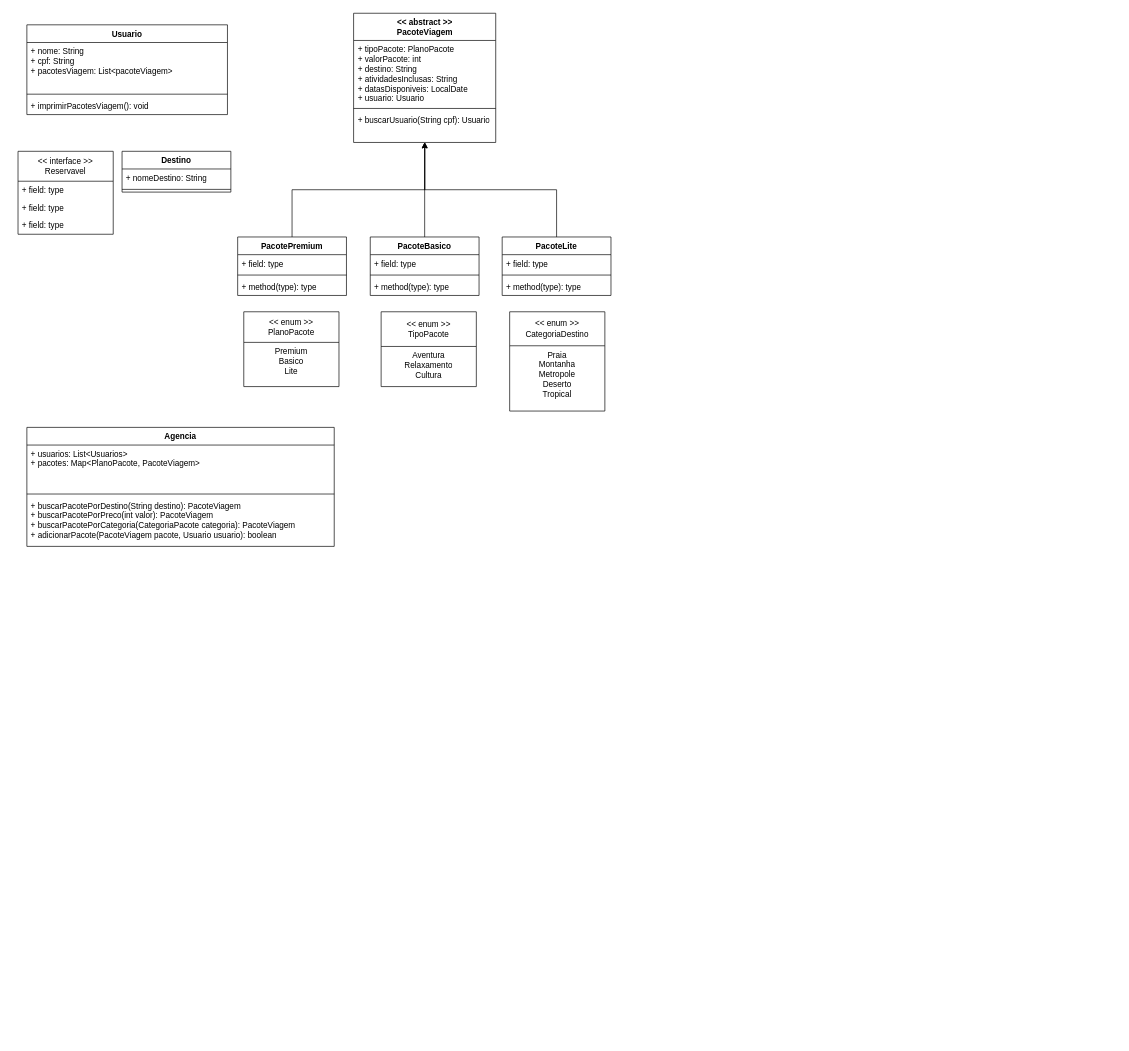
The draw.io diagram files/Turismo.drawio in Corumba03/Projeto-Final, before the edit. Source tidied: cells renumbered, new cells numbered last; positions are measured from the earlier drawing's top-left corner, leaving out a move shared by most shapes. Both pictures are drawn from the tidied source at 68%, with x=0, y=0 at pixel (18, 13).
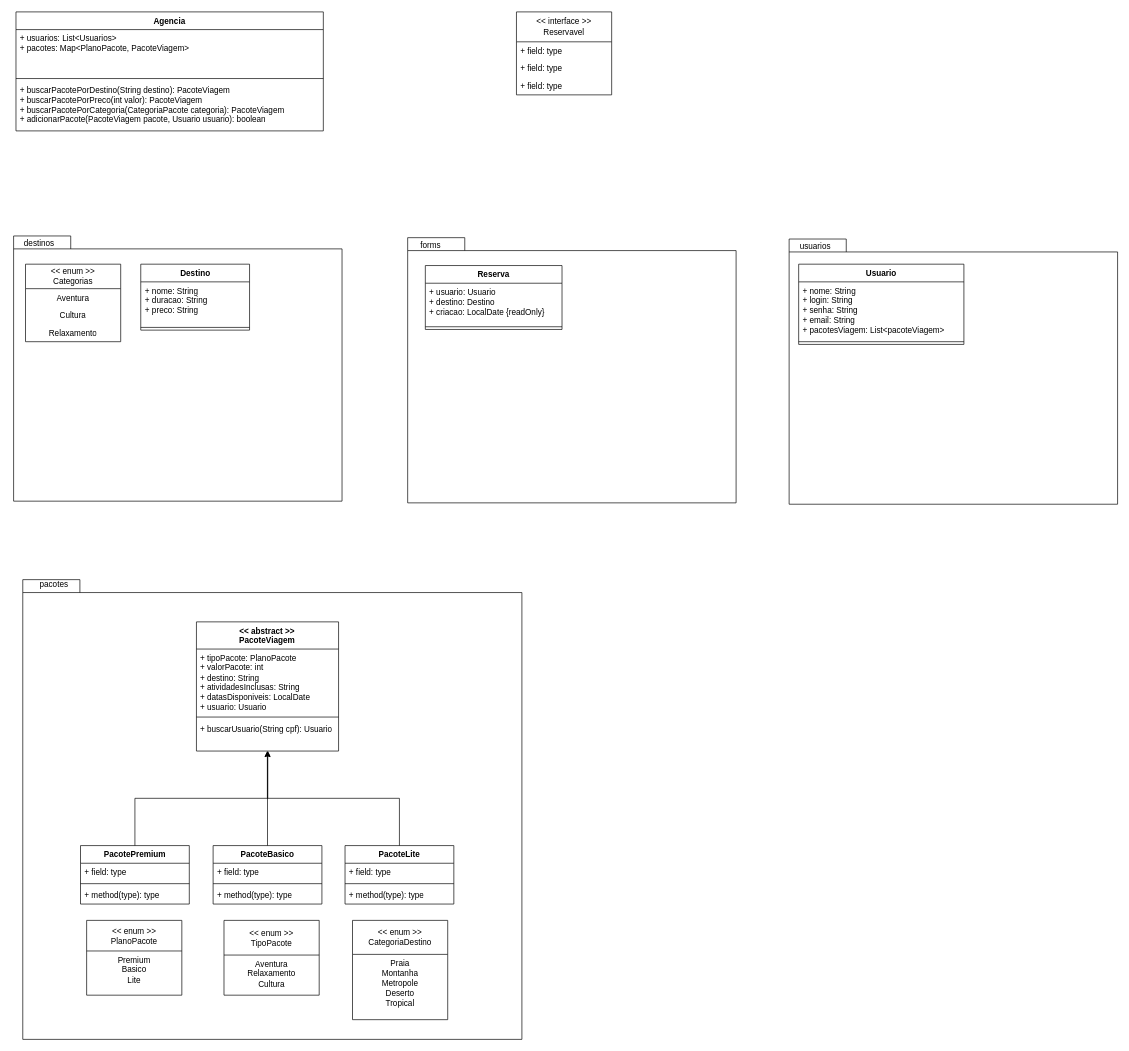
After the change.

Commit message:
uml atualizado

What changed in the source:
```diff
@@
+    <mxCell id="29" value="&lt;div&gt;&amp;lt;&amp;lt; interface &amp;gt;&amp;gt;&lt;/div&gt;&lt;div&gt;Reservavel&lt;br&gt;&lt;/div&gt;" style="swimlane;fontStyle=0;horizontal=1;startSize=44;fillColor=none;whiteSpace=wrap;html=1;" parent="1" vertex="1">
+      <mxGeometry x="733" y="-2" width="140" height="122" as="geometry" />
+    </mxCell>
+    <mxCell id="30" value="+ field: type" style="text;strokeColor=none;fillColor=none;align=left;verticalAlign=top;spacingLeft=4;spacingRight=4;overflow=hidden;whiteSpace=wrap;html=1;" parent="29" vertex="1">
+      <mxGeometry y="44" width="140" height="26" as="geometry" />
+    </mxCell>
+    <mxCell id="31" value="+ field: type" style="text;strokeColor=none;fillColor=none;align=left;verticalAlign=top;spacingLeft=4;spacingRight=4;overflow=hidden;whiteSpace=wrap;html=1;" parent="29" vertex="1">
+      <mxGeometry y="70" width="140" height="26" as="geometry" />
+    </mxCell>
+    <mxCell id="32" value="+ field: type" style="text;strokeColor=none;fillColor=none;align=left;verticalAlign=top;spacingLeft=4;spacingRight=4;overflow=hidden;whiteSpace=wrap;html=1;" parent="29" vertex="1">
+      <mxGeometry y="96" width="140" height="26" as="geometry" />
+    </mxCell>
+    <mxCell id="37" value="Agencia" style="swimlane;fontStyle=1;align=center;verticalAlign=top;horizontal=1;startSize=26;whiteSpace=wrap;html=1;" parent="1" vertex="1">
+      <mxGeometry x="-3" y="-2" width="452" height="175" as="geometry" />
+    </mxCell>
+    <mxCell id="38" value="&lt;div&gt;+ usuarios: List&amp;lt;Usuarios&amp;gt;&lt;/div&gt;&lt;div&gt;+ pacotes: Map&amp;lt;PlanoPacote, PacoteViagem&amp;gt;&lt;br&gt;&lt;/div&gt;&lt;div&gt;&lt;br&gt;&lt;/div&gt;" style="text;strokeColor=none;fillColor=none;align=left;verticalAlign=top;spacingLeft=4;spacingRight=4;overflow=hidden;whiteSpace=wrap;html=1;" parent="37" vertex="1">
+      <mxGeometry y="26" width="452" height="68" as="geometry" />
+    </mxCell>
+    <mxCell id="39" style="line;strokeWidth=1;fillColor=none;align=left;verticalAlign=middle;spacingTop=-1;spacingLeft=3;spacingRight=3;labelPosition=right;strokeColor=inherit;" parent="37" vertex="1">
+      <mxGeometry y="94" width="452" height="8" as="geometry" />
+    </mxCell>
+    <mxCell id="40" value="&lt;div&gt;+ buscarPacotePorDestino(String destino): PacoteViagem&lt;/div&gt;&lt;div&gt;+ buscarPacotePorPreco(int valor): PacoteViagem&lt;/div&gt;&lt;div&gt;+ buscarPacotePorCategoria(CategoriaPacote categoria): PacoteViagem&lt;/div&gt;&lt;div&gt;+ adicionarPacote(PacoteViagem pacote, Usuario usuario): boolean&lt;br&gt;&lt;/div&gt;" style="text;strokeColor=none;fillColor=none;align=left;verticalAlign=top;spacingLeft=4;spacingRight=4;overflow=hidden;whiteSpace=wrap;html=1;" parent="37" vertex="1">
+      <mxGeometry y="102" width="452" height="73" as="geometry" />
+    </mxCell>
+    <mxCell id="43" style="group;" parent="1" vertex="1">
+      <mxGeometry x="-9" y="325" width="483" height="395" as="geometry" />
+    </mxCell>
+    <mxCell id="44" style="shape=folder;fontStyle=1;spacingTop=10;tabWidth=84;tabHeight=19;tabPosition=left;html=1;whiteSpace=wrap;" parent="43" vertex="1">
+      <mxGeometry x="2.5" y="2.5" width="483" height="390" as="geometry" />
+    </mxCell>
+    <mxCell id="45" value="destinos" style="text;whiteSpace=wrap;html=1;" parent="43" vertex="1">
+      <mxGeometry x="16" width="52" height="24" as="geometry" />
+    </mxCell>
+    <mxCell id="46" value="&lt;div&gt;&amp;lt;&amp;lt; enum &amp;gt;&amp;gt;&lt;/div&gt;&lt;div&gt;Categorias&lt;br&gt;&lt;/div&gt;" style="swimlane;fontStyle=0;horizontal=1;startSize=36;fillColor=none;whiteSpace=wrap;html=1;" parent="43" vertex="1">
+      <mxGeometry x="20" y="44" width="140" height="114" as="geometry" />
+    </mxCell>
+    <mxCell id="47" value="&lt;div align=&quot;center&quot;&gt;Aventura&lt;/div&gt;" style="text;strokeColor=none;fillColor=none;align=center;verticalAlign=top;spacingLeft=4;spacingRight=4;overflow=hidden;whiteSpace=wrap;html=1;" parent="46" vertex="1">
+      <mxGeometry y="36" width="140" height="26" as="geometry" />
+    </mxCell>
+    <mxCell id="48" value="&lt;div align=&quot;center&quot;&gt;Cultura&lt;/div&gt;" style="text;strokeColor=none;fillColor=none;align=center;verticalAlign=top;spacingLeft=4;spacingRight=4;overflow=hidden;whiteSpace=wrap;html=1;" parent="46" vertex="1">
+      <mxGeometry y="62" width="140" height="26" as="geometry" />
+    </mxCell>
+    <mxCell id="49" value="&lt;div align=&quot;center&quot;&gt;Relaxamento&lt;/div&gt;" style="text;strokeColor=none;fillColor=none;align=center;verticalAlign=top;spacingLeft=4;spacingRight=4;overflow=hidden;whiteSpace=wrap;html=1;" parent="46" vertex="1">
+      <mxGeometry y="88" width="140" height="26" as="geometry" />
+    </mxCell>
-    <mxCell id="2" value="Destino" style="swimlane;fontStyle=1;align=center;verticalAlign=top;horizontal=1;startSize=26;whiteSpace=wrap;html=1;" parent="1" vertex="1">
-      <mxGeometry x="153" y="203" width="160" height="60" as="geometry" />
+    <mxCell id="2" value="Destino" style="swimlane;fontStyle=1;align=center;verticalAlign=top;horizontal=1;startSize=26;whiteSpace=wrap;html=1;" parent="43" vertex="1">
+      <mxGeometry x="189.5" y="44" width="160" height="97" as="geometry" />
     </mxCell>
-    <mxCell id="3" value="&lt;div&gt;+ nomeDestino: String&lt;/div&gt;" style="text;strokeColor=none;fillColor=none;align=left;verticalAlign=top;spacingLeft=4;spacingRight=4;overflow=hidden;whiteSpace=wrap;html=1;" parent="2" vertex="1">
-      <mxGeometry y="26" width="160" height="26" as="geometry" />
-    </mxCell>
-    <mxCell id="4" style="line;strokeWidth=1;fillColor=none;align=left;verticalAlign=middle;spacingTop=-1;spacingLeft=3;spacingRight=3;labelPosition=right;strokeColor=inherit;" parent="2" vertex="1">
-      <mxGeometry y="52" width="160" height="8" as="geometry" />
-    </mxCell>
+    <mxCell id="50" value="&lt;div&gt;+ nome: String&lt;/div&gt;&lt;div&gt;+ duracao: String&lt;/div&gt;&lt;div&gt;+ preco: String&lt;br&gt;&lt;/div&gt;" style="text;strokeColor=none;fillColor=none;align=left;verticalAlign=top;spacingLeft=4;spacingRight=4;overflow=hidden;whiteSpace=wrap;html=1;" parent="2" vertex="1">
+      <mxGeometry y="26" width="160" height="63" as="geometry" />
+    </mxCell>
+    <mxCell id="51" style="line;strokeWidth=1;fillColor=none;align=left;verticalAlign=middle;spacingTop=-1;spacingLeft=3;spacingRight=3;labelPosition=right;strokeColor=inherit;" parent="2" vertex="1">
+      <mxGeometry y="89" width="160" height="8" as="geometry" />
+    </mxCell>
+    <mxCell id="52" style="group;" parent="1" vertex="1">
+      <mxGeometry x="573" y="327" width="483" height="393" as="geometry" />
+    </mxCell>
+    <mxCell id="53" style="shape=folder;fontStyle=1;spacingTop=10;tabWidth=84;tabHeight=19;tabPosition=left;html=1;whiteSpace=wrap;" parent="52" vertex="1">
+      <mxGeometry y="3" width="483" height="390" as="geometry" />
+    </mxCell>
+    <mxCell id="54" value="&lt;div&gt;forms&lt;/div&gt;" style="text;whiteSpace=wrap;html=1;" parent="52" vertex="1">
+      <mxGeometry x="17" width="52" height="24" as="geometry" />
+    </mxCell>
+    <mxCell id="55" value="Reserva" style="swimlane;fontStyle=1;align=center;verticalAlign=top;horizontal=1;startSize=26;whiteSpace=wrap;html=1;" parent="52" vertex="1">
+      <mxGeometry x="26" y="44" width="201" height="94" as="geometry" />
+    </mxCell>
+    <mxCell id="56" value="&lt;div&gt;+ usuario: Usuario&lt;/div&gt;&lt;div&gt;+ destino: Destino&lt;/div&gt;&lt;div&gt;+ criacao: LocalDate {readOnly}&lt;/div&gt;" style="text;strokeColor=none;fillColor=none;align=left;verticalAlign=top;spacingLeft=4;spacingRight=4;overflow=hidden;whiteSpace=wrap;html=1;" parent="55" vertex="1">
+      <mxGeometry y="26" width="201" height="60" as="geometry" />
+    </mxCell>
+    <mxCell id="57" style="line;strokeWidth=1;fillColor=none;align=left;verticalAlign=middle;spacingTop=-1;spacingLeft=3;spacingRight=3;labelPosition=right;strokeColor=inherit;" parent="55" vertex="1">
+      <mxGeometry y="86" width="201" height="8" as="geometry" />
+    </mxCell>
+    <mxCell id="58" style="group;" parent="1" vertex="1">
+      <mxGeometry x="1134" y="329" width="483" height="393" as="geometry" />
+    </mxCell>
+    <mxCell id="59" style="shape=folder;fontStyle=1;spacingTop=10;tabWidth=84;tabHeight=19;tabPosition=left;html=1;whiteSpace=wrap;" parent="58" vertex="1">
+      <mxGeometry y="3" width="483" height="390" as="geometry" />
+    </mxCell>
+    <mxCell id="60" value="&lt;div&gt;usuarios&lt;/div&gt;" style="text;whiteSpace=wrap;html=1;" parent="58" vertex="1">
+      <mxGeometry x="14" width="52" height="24" as="geometry" />
+    </mxCell>
-    <mxCell id="5" value="Usuario" style="swimlane;fontStyle=1;align=center;verticalAlign=top;horizontal=1;startSize=26;whiteSpace=wrap;html=1;" parent="1" vertex="1">
-      <mxGeometry x="13" y="17" width="295" height="132" as="geometry" />
+    <mxCell id="5" value="Usuario" style="swimlane;fontStyle=1;align=center;verticalAlign=top;horizontal=1;startSize=26;whiteSpace=wrap;html=1;" parent="58" vertex="1">
+      <mxGeometry x="14" y="40" width="243" height="118" as="geometry" />
     </mxCell>
-    <mxCell id="6" value="&lt;div&gt;+ nome: String&lt;/div&gt;&lt;div&gt;+ cpf: String&lt;/div&gt;&lt;div&gt;+ pacotesViagem: List&amp;lt;pacoteViagem&amp;gt;&lt;br&gt;&lt;/div&gt;" style="text;strokeColor=none;fillColor=none;align=left;verticalAlign=top;spacingLeft=4;spacingRight=4;overflow=hidden;whiteSpace=wrap;html=1;" parent="5" vertex="1">
-      <mxGeometry y="26" width="295" height="72" as="geometry" />
-    </mxCell>
-    <mxCell id="7" style="line;strokeWidth=1;fillColor=none;align=left;verticalAlign=middle;spacingTop=-1;spacingLeft=3;spacingRight=3;labelPosition=right;strokeColor=inherit;" parent="5" vertex="1">
-      <mxGeometry y="98" width="295" height="8" as="geometry" />
-    </mxCell>
-    <mxCell id="8" value="+ imprimirPacotesViagem(): void" style="text;strokeColor=none;fillColor=none;align=left;verticalAlign=top;spacingLeft=4;spacingRight=4;overflow=hidden;whiteSpace=wrap;html=1;" parent="5" vertex="1">
-      <mxGeometry y="106" width="295" height="26" as="geometry" />
-    </mxCell>
+    <mxCell id="61" value="&lt;div&gt;+ nome: String&lt;/div&gt;&lt;div&gt;+ login: String&lt;/div&gt;&lt;div&gt;+ senha: String&lt;/div&gt;&lt;div&gt;+ email: String&lt;br&gt;&lt;/div&gt;&lt;div&gt;&lt;div&gt;+ pacotesViagem: List&amp;lt;pacoteViagem&amp;gt;&lt;br&gt;&lt;/div&gt;&lt;/div&gt;" style="text;strokeColor=none;fillColor=none;align=left;verticalAlign=top;spacingLeft=4;spacingRight=4;overflow=hidden;whiteSpace=wrap;html=1;" parent="5" vertex="1">
+      <mxGeometry y="26" width="243" height="84" as="geometry" />
+    </mxCell>
+    <mxCell id="62" style="line;strokeWidth=1;fillColor=none;align=left;verticalAlign=middle;spacingTop=-1;spacingLeft=3;spacingRight=3;labelPosition=right;strokeColor=inherit;" parent="5" vertex="1">
+      <mxGeometry y="110" width="243" height="8" as="geometry" />
+    </mxCell>
+    <mxCell id="63" style="group;" parent="1" vertex="1">
+      <mxGeometry x="7" y="826" width="734" height="683" as="geometry" />
+    </mxCell>
+    <mxCell id="64" style="shape=folder;fontStyle=1;spacingTop=10;tabWidth=84;tabHeight=19;tabPosition=left;html=1;whiteSpace=wrap;" parent="63" vertex="1">
+      <mxGeometry y="6.9" width="734" height="676.1" as="geometry" />
+    </mxCell>
+    <mxCell id="65" value="pacotes" style="text;whiteSpace=wrap;html=1;" parent="63" vertex="1">
+      <mxGeometry x="22.7" width="62.2" height="41.6" as="geometry" />
+    </mxCell>
+    <mxCell id="66" style="group;" parent="63" vertex="1">
+      <mxGeometry x="84.9" y="69" width="549" height="585" as="geometry" />
+    </mxCell>
-    <mxCell id="9" style="group;" parent="1" vertex="1">
-      <mxGeometry x="323" width="549" height="281" as="geometry" />
+    <mxCell id="9" style="group;" parent="66" vertex="1">
+      <mxGeometry width="549" height="281" as="geometry" />
     </mxCell>
@@
-    <mxCell id="29" value="&lt;div&gt;&amp;lt;&amp;lt; interface &amp;gt;&amp;gt;&lt;/div&gt;&lt;div&gt;Reservavel&lt;br&gt;&lt;/div&gt;" style="swimlane;fontStyle=0;horizontal=1;startSize=44;fillColor=none;whiteSpace=wrap;html=1;" parent="1" vertex="1">
-      <mxGeometry y="203" width="140" height="122" as="geometry" />
-    </mxCell>
-    <mxCell id="30" value="+ field: type" style="text;strokeColor=none;fillColor=none;align=left;verticalAlign=top;spacingLeft=4;spacingRight=4;overflow=hidden;whiteSpace=wrap;html=1;" parent="29" vertex="1">
-      <mxGeometry y="44" width="140" height="26" as="geometry" />
-    </mxCell>
-    <mxCell id="31" value="+ field: type" style="text;strokeColor=none;fillColor=none;align=left;verticalAlign=top;spacingLeft=4;spacingRight=4;overflow=hidden;whiteSpace=wrap;html=1;" parent="29" vertex="1">
-      <mxGeometry y="70" width="140" height="26" as="geometry" />
-    </mxCell>
-    <mxCell id="32" value="+ field: type" style="text;strokeColor=none;fillColor=none;align=left;verticalAlign=top;spacingLeft=4;spacingRight=4;overflow=hidden;whiteSpace=wrap;html=1;" parent="29" vertex="1">
-      <mxGeometry y="96" width="140" height="26" as="geometry" />
-    </mxCell>
-    <mxCell id="33" value="&lt;div&gt;&amp;lt;&amp;lt; enum &amp;gt;&amp;gt;&lt;/div&gt;CategoriaDestino" style="swimlane;fontStyle=0;horizontal=1;startSize=50;fillColor=none;whiteSpace=wrap;html=1;" parent="1" vertex="1">
-      <mxGeometry x="723" y="439" width="140" height="146" as="geometry" />
+    <mxCell id="33" value="&lt;div&gt;&amp;lt;&amp;lt; enum &amp;gt;&amp;gt;&lt;/div&gt;CategoriaDestino" style="swimlane;fontStyle=0;horizontal=1;startSize=50;fillColor=none;whiteSpace=wrap;html=1;" parent="66" vertex="1">
+      <mxGeometry x="400" y="439" width="140" height="146" as="geometry" />
     </mxCell>
@@
-    <mxCell id="35" value="&lt;div&gt;&amp;lt;&amp;lt; enum &amp;gt;&amp;gt;&lt;/div&gt;&lt;div&gt;PlanoPacote&lt;br&gt;&lt;/div&gt;" style="swimlane;fontStyle=0;horizontal=1;startSize=45;fillColor=none;whiteSpace=wrap;html=1;" parent="1" vertex="1">
-      <mxGeometry x="332" y="439" width="140" height="110" as="geometry" />
+    <mxCell id="35" value="&lt;div&gt;&amp;lt;&amp;lt; enum &amp;gt;&amp;gt;&lt;/div&gt;&lt;div&gt;PlanoPacote&lt;br&gt;&lt;/div&gt;" style="swimlane;fontStyle=0;horizontal=1;startSize=45;fillColor=none;whiteSpace=wrap;html=1;" parent="66" vertex="1">
+      <mxGeometry x="9" y="439" width="140" height="110" as="geometry" />
     </mxCell>
@@
-    <mxCell id="37" value="Agencia" style="swimlane;fontStyle=1;align=center;verticalAlign=top;horizontal=1;startSize=26;whiteSpace=wrap;html=1;" parent="1" vertex="1">
-      <mxGeometry x="13" y="609" width="452" height="175" as="geometry" />
-    </mxCell>
-    <mxCell id="38" value="&lt;div&gt;+ usuarios: List&amp;lt;Usuarios&amp;gt;&lt;/div&gt;&lt;div&gt;+ pacotes: Map&amp;lt;PlanoPacote, PacoteViagem&amp;gt;&lt;br&gt;&lt;/div&gt;&lt;div&gt;&lt;br&gt;&lt;/div&gt;" style="text;strokeColor=none;fillColor=none;align=left;verticalAlign=top;spacingLeft=4;spacingRight=4;overflow=hidden;whiteSpace=wrap;html=1;" parent="37" vertex="1">
-      <mxGeometry y="26" width="452" height="68" as="geometry" />
-    </mxCell>
-    <mxCell id="39" style="line;strokeWidth=1;fillColor=none;align=left;verticalAlign=middle;spacingTop=-1;spacingLeft=3;spacingRight=3;labelPosition=right;strokeColor=inherit;" parent="37" vertex="1">
-      <mxGeometry y="94" width="452" height="8" as="geometry" />
-    </mxCell>
-    <mxCell id="40" value="&lt;div&gt;+ buscarPacotePorDestino(String destino): PacoteViagem&lt;/div&gt;&lt;div&gt;+ buscarPacotePorPreco(int valor): PacoteViagem&lt;/div&gt;&lt;div&gt;+ buscarPacotePorCategoria(CategoriaPacote categoria): PacoteViagem&lt;/div&gt;&lt;div&gt;+ adicionarPacote(PacoteViagem pacote, Usuario usuario): boolean&lt;br&gt;&lt;/div&gt;" style="text;strokeColor=none;fillColor=none;align=left;verticalAlign=top;spacingLeft=4;spacingRight=4;overflow=hidden;whiteSpace=wrap;html=1;" parent="37" vertex="1">
-      <mxGeometry y="102" width="452" height="73" as="geometry" />
-    </mxCell>
-    <mxCell id="41" value="&lt;div&gt;&amp;lt;&amp;lt; enum &amp;gt;&amp;gt;&lt;/div&gt;&lt;div&gt;TipoPacote&lt;br&gt;&lt;/div&gt;" style="swimlane;fontStyle=0;horizontal=1;startSize=51;fillColor=none;whiteSpace=wrap;html=1;" parent="1" vertex="1">
-      <mxGeometry x="534" y="439" width="140" height="110" as="geometry" />
+    <mxCell id="41" value="&lt;div&gt;&amp;lt;&amp;lt; enum &amp;gt;&amp;gt;&lt;/div&gt;&lt;div&gt;TipoPacote&lt;br&gt;&lt;/div&gt;" style="swimlane;fontStyle=0;horizontal=1;startSize=51;fillColor=none;whiteSpace=wrap;html=1;" parent="66" vertex="1">
+      <mxGeometry x="211" y="439" width="140" height="110" as="geometry" />
     </mxCell>
```
